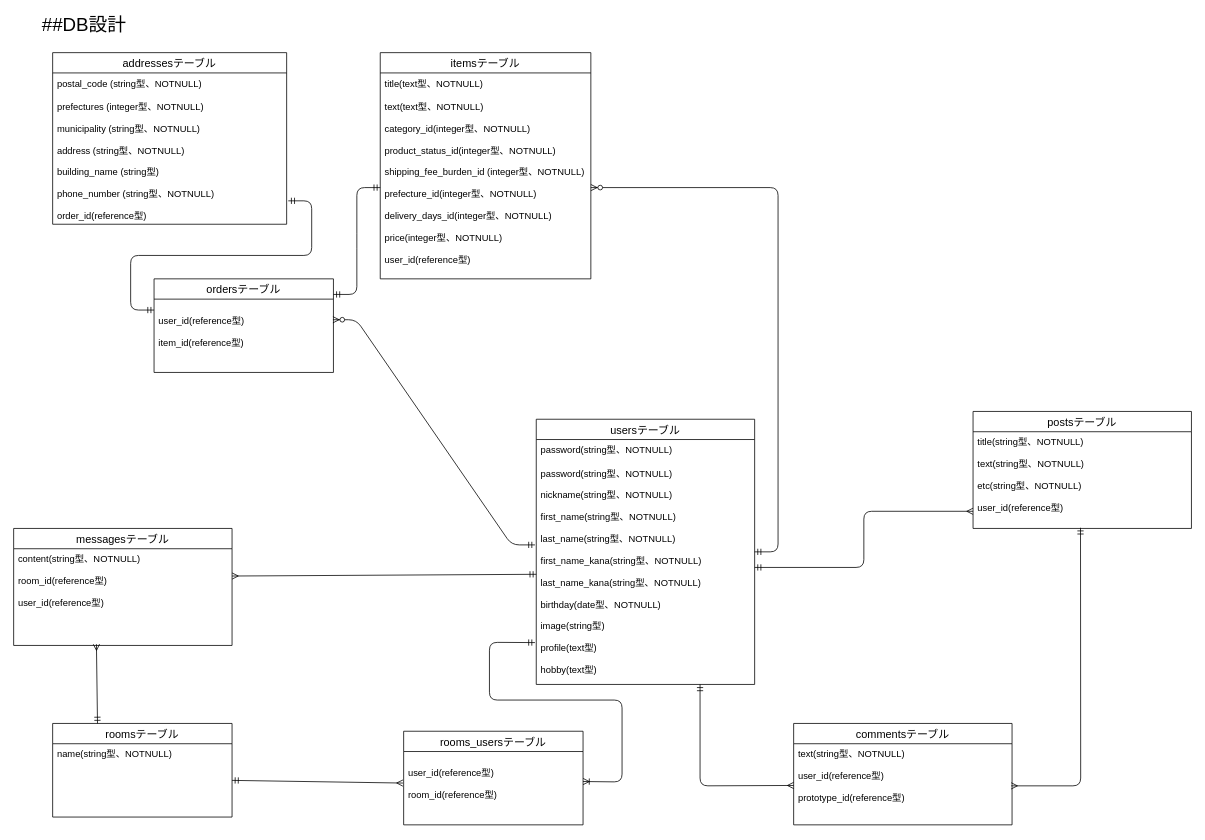
Earlier version of the draw.io diagram ER図.dio (ryo106/connect-30940). Source tidied: cells renumbered, new cells numbered last; positions are measured from the earlier drawing's top-left corner, leaving out a move shared by most shapes. Both pictures are drawn from the tidied source at 78%, with x=0, y=0 at pixel (13, 13).
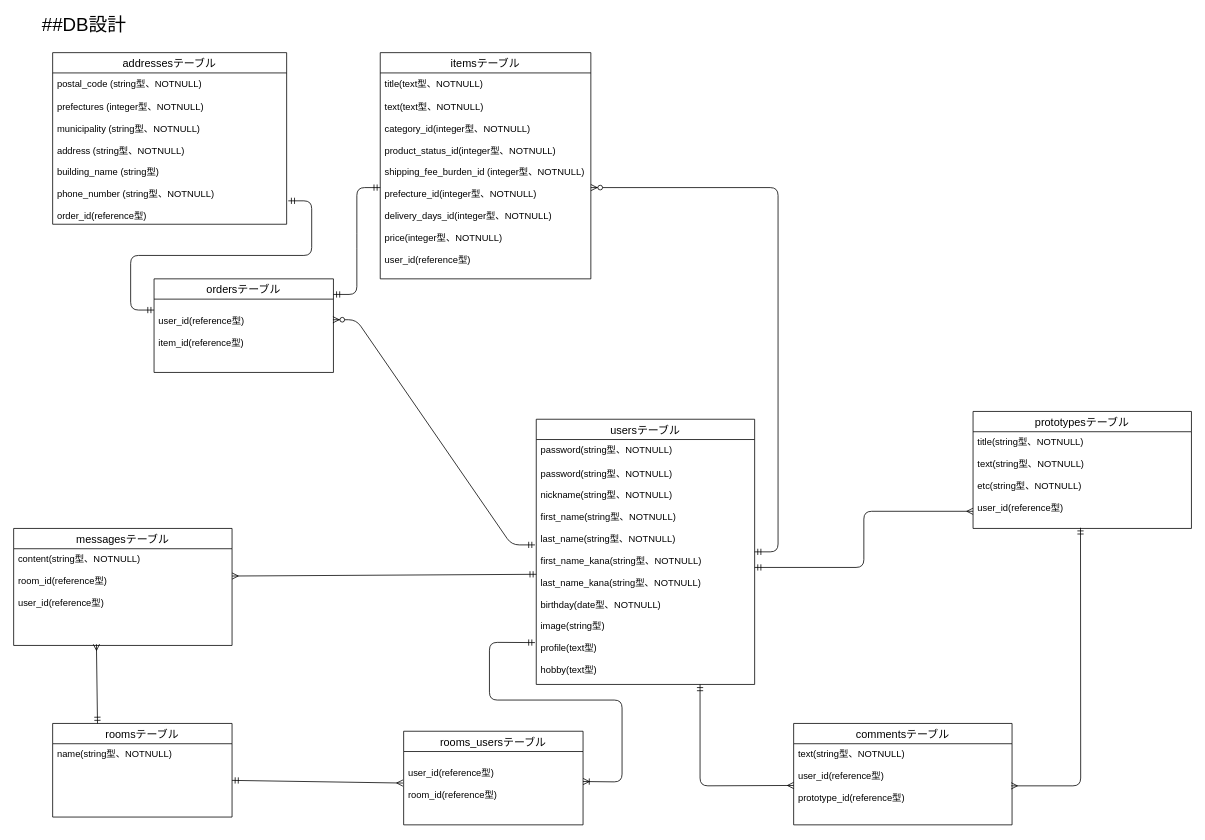
Above is the later version.

What changed in the source:
```diff
@@
-    <mxCell id="5" value="postsテーブル" style="swimlane;fontStyle=0;horizontal=1;startSize=26;align=center;fontSize=14;" parent="1" vertex="1">
+    <mxCell id="5" value="prototypesテーブル" style="swimlane;fontStyle=0;horizontal=1;startSize=26;align=center;fontSize=14;" parent="1" vertex="1">
       <mxGeometry x="1230" y="510" width="280" height="150" as="geometry" />
     </mxCell>
```
